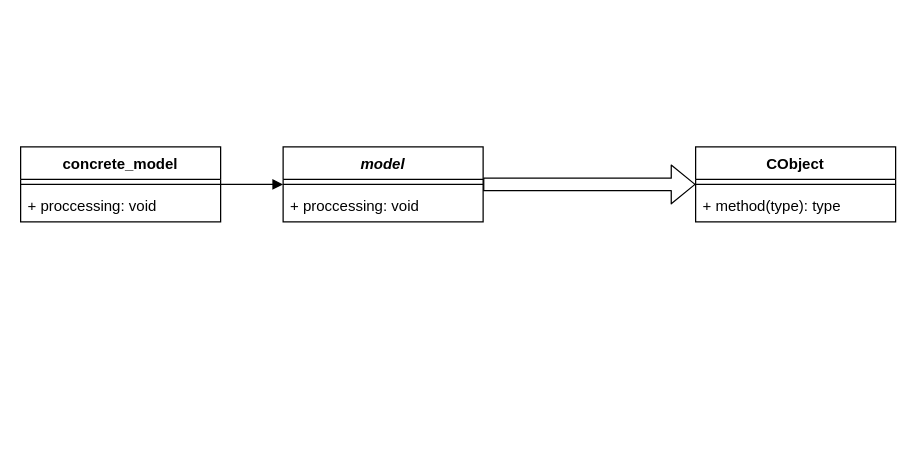
Above: UML/test.drawio in Enzzo/MetaTrader (draw.io), before the change. Source tidied: cells renumbered, new cells numbered last; positions are measured from the earlier drawing's top-left corner, leaving out a move shared by most shapes. Both pictures are drawn from the tidied source at 125%, with x=0, y=0 at pixel (20, 146).
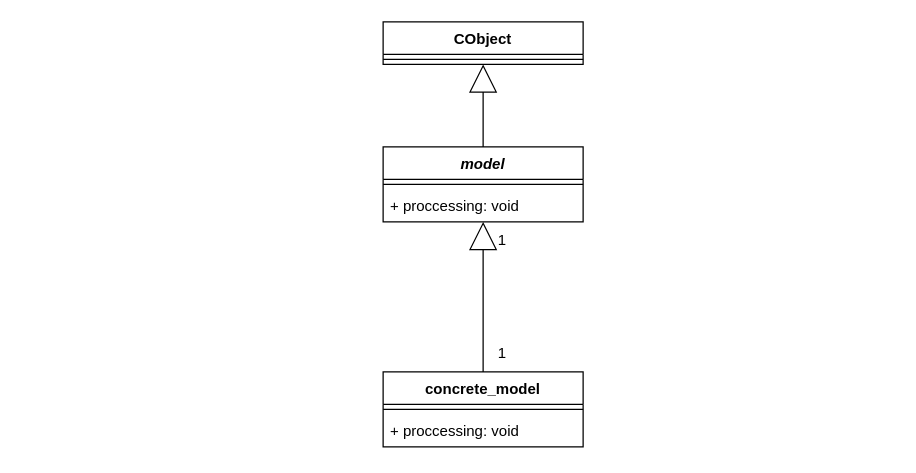
Above is the later version.

Diff of the diagram source:
```diff
@@
 <mxGraphModel>
   <root>
     <mxCell id="0" />
     <mxCell id="1" parent="0" />
-    <mxCell id="2" style="edgeStyle=none;shape=flexArrow;html=1;endArrow=block;endFill=1;entryX=0;entryY=0.5;entryDx=0;entryDy=0;" parent="1" edge="1" source="3" target="6">
+    <mxCell id="2" style="edgeStyle=none;rounded=1;sketch=0;html=1;endArrow=block;endFill=0;endSize=20;targetPerimeterSpacing=100;entryX=0.5;entryY=1;entryDx=0;entryDy=0;" parent="1" edge="1" source="3" target="6">
       <mxGeometry relative="1" as="geometry" />
     </mxCell>
     <mxCell id="3" value="model" style="swimlane;fontStyle=3;align=center;verticalAlign=top;horizontal=1;startSize=26;" parent="1" vertex="1">
-      <mxGeometry x="210" width="160" height="60" as="geometry" />
+      <mxGeometry x="290" width="160" height="60" as="geometry" />
     </mxCell>
     <mxCell id="4" style="line;strokeWidth=1;fillColor=none;align=left;verticalAlign=middle;spacingTop=-1;spacingLeft=3;spacingRight=3;labelPosition=right;strokeColor=inherit;" parent="3" vertex="1">
       <mxGeometry y="26" width="160" height="8" as="geometry" />
     </mxCell>
     <mxCell id="5" value="+ proccessing: void" style="text;strokeColor=none;fillColor=none;align=left;verticalAlign=top;spacingLeft=4;spacingRight=4;overflow=hidden;points=[[0,0.5],[1,0.5]];portConstraint=eastwest;" parent="3" vertex="1">
       <mxGeometry y="34" width="160" height="26" as="geometry" />
     </mxCell>
     <mxCell id="6" value="CObject" style="swimlane;fontStyle=1;align=center;verticalAlign=top;horizontal=1;startSize=26;" parent="1" vertex="1">
-      <mxGeometry x="540" width="160" height="60" as="geometry" />
+      <mxGeometry x="290" y="-100" width="160" height="34" as="geometry" />
     </mxCell>
     <mxCell id="7" style="line;strokeWidth=1;fillColor=none;align=left;verticalAlign=middle;spacingTop=-1;spacingLeft=3;spacingRight=3;labelPosition=right;strokeColor=inherit;" parent="6" vertex="1">
       <mxGeometry y="26" width="160" height="8" as="geometry" />
     </mxCell>
-    <mxCell id="8" value="+ method(type): type" style="text;strokeColor=none;fillColor=none;align=left;verticalAlign=top;spacingLeft=4;spacingRight=4;overflow=hidden;" parent="6" vertex="1">
-      <mxGeometry y="34" width="160" height="26" as="geometry" />
-    </mxCell>
-    <mxCell id="9" style="edgeStyle=none;html=1;endArrow=block;endFill=1;entryX=0;entryY=0.5;entryDx=0;entryDy=0;" parent="1" edge="1" source="10" target="3">
-      <mxGeometry relative="1" as="geometry" />
-    </mxCell>
+    <mxCell id="13" style="edgeStyle=none;html=1;endSize=20;rounded=1;endArrow=block;endFill=0;" parent="1" edge="1" source="10" target="5">
+      <mxGeometry relative="1" as="geometry" />
+    </mxCell>
     <mxCell id="10" value="concrete_model" style="swimlane;fontStyle=1;align=center;verticalAlign=top;horizontal=1;startSize=26;" parent="1" vertex="1">
-      <mxGeometry width="160" height="60" as="geometry" />
+      <mxGeometry x="290" y="180" width="160" height="60" as="geometry" />
     </mxCell>
     <mxCell id="11" style="line;strokeWidth=1;fillColor=none;align=left;verticalAlign=middle;spacingTop=-1;spacingLeft=3;spacingRight=3;labelPosition=right;strokeColor=inherit;" parent="10" vertex="1">
       <mxGeometry y="26" width="160" height="8" as="geometry" />
     </mxCell>
     <mxCell id="12" value="+ proccessing: void" style="text;strokeColor=none;fillColor=none;align=left;verticalAlign=top;spacingLeft=4;spacingRight=4;overflow=hidden;" parent="10" vertex="1">
       <mxGeometry y="34" width="160" height="26" as="geometry" />
     </mxCell>
+    <mxCell id="14" value="1" style="text;html=1;align=center;verticalAlign=middle;strokeColor=none;fillColor=none;" parent="1" vertex="1">
+      <mxGeometry x="370" y="150" width="30" height="30" as="geometry" />
+    </mxCell>
+    <mxCell id="15" value="1" style="text;html=1;align=center;verticalAlign=middle;strokeColor=none;fillColor=none;" parent="1" vertex="1">
+      <mxGeometry x="370" y="60" width="30" height="30" as="geometry" />
+    </mxCell>
   </root>
 </mxGraphModel>
```
